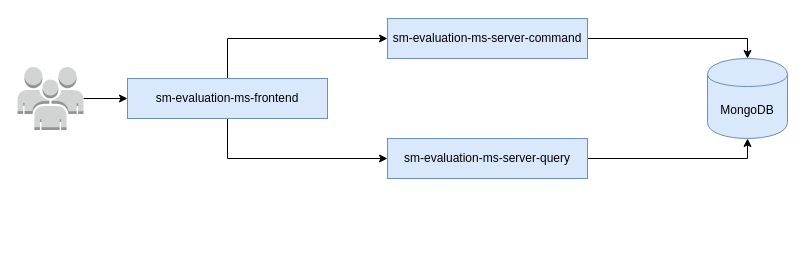
sebastian-misiewicz/sm-evaluation-microservices keeps this draw.io diagram as architecture.drawio. Above is the earlier version. Source tidied: cells renumbered, new cells numbered last; positions are measured from the earlier drawing's top-left corner, leaving out a move shared by most shapes. Both pictures are drawn from the tidied source at 100%, with x=0, y=0 at pixel (17, 18).
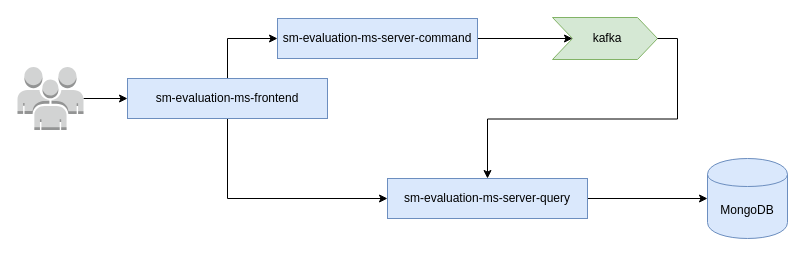
After the change.

Change to the diagram source:
```diff
@@
 <mxGraphModel>
   <root>
     <mxCell id="0" />
     <mxCell id="1" parent="0" />
+    <mxCell id="12" style="shape=step;perimeter=stepPerimeter;whiteSpace=wrap;html=1;fixedSize=1;fillColor=#d5e8d4;strokeColor=#82b366;" parent="1" vertex="1">
+      <mxGeometry x="535" y="-1" width="105" height="42" as="geometry" />
+    </mxCell>
     <mxCell id="2" value="MongoDB" style="shape=cylinder;whiteSpace=wrap;html=1;boundedLbl=1;backgroundOutline=1;fillColor=#dae8fc;strokeColor=#6c8ebf;" parent="1" vertex="1">
-      <mxGeometry x="690" y="40" width="80" height="80" as="geometry" />
+      <mxGeometry x="690" y="140" width="80" height="80" as="geometry" />
     </mxCell>
-    <mxCell id="3" style="edgeStyle=orthogonalEdgeStyle;rounded=0;jettySize=auto;html=1;entryX=0.5;entryY=0;entryDx=0;entryDy=0;" parent="1" edge="1" source="4" target="2">
-      <mxGeometry relative="1" as="geometry" />
-    </mxCell>
+    <mxCell id="13" style="edgeStyle=orthogonalEdgeStyle;rounded=0;jettySize=auto;html=1;entryX=0;entryY=0.5;entryDx=0;entryDy=0;" parent="1" edge="1" source="4" target="12">
+      <mxGeometry relative="1" as="geometry" />
+    </mxCell>
     <mxCell id="4" value="sm-evaluation-ms-server-command" style="rounded=0;whiteSpace=wrap;html=1;fillColor=#dae8fc;strokeColor=#6c8ebf;" parent="1" vertex="1">
-      <mxGeometry x="370" width="200" height="40" as="geometry" />
+      <mxGeometry x="260" width="200" height="40" as="geometry" />
     </mxCell>
-    <mxCell id="5" style="edgeStyle=orthogonalEdgeStyle;rounded=0;jettySize=auto;html=1;entryX=0.5;entryY=1;entryDx=0;entryDy=0;" parent="1" edge="1" source="6" target="2">
+    <mxCell id="5" style="edgeStyle=orthogonalEdgeStyle;rounded=0;jettySize=auto;html=1;entryX=0;entryY=0.5;entryDx=0;entryDy=0;" parent="1" edge="1" source="6" target="2">
       <mxGeometry relative="1" as="geometry" />
     </mxCell>
     <mxCell id="6" value="sm-evaluation-ms-server-query" style="rounded=0;whiteSpace=wrap;html=1;fillColor=#dae8fc;strokeColor=#6c8ebf;" parent="1" vertex="1">
-      <mxGeometry x="370" y="120" width="200" height="40" as="geometry" />
+      <mxGeometry x="370" y="160" width="200" height="40" as="geometry" />
     </mxCell>
     <mxCell id="7" style="edgeStyle=orthogonalEdgeStyle;rounded=0;jettySize=auto;html=1;entryX=0;entryY=0.5;entryDx=0;entryDy=0;exitX=0.5;exitY=0;exitDx=0;exitDy=0;" parent="1" edge="1" source="11" target="4">
       <mxGeometry relative="1" as="geometry">
         <Array as="points">
           <mxPoint x="210" y="20" />
         </Array>
       </mxGeometry>
     </mxCell>
     <mxCell id="8" style="edgeStyle=orthogonalEdgeStyle;rounded=0;jettySize=auto;html=1;entryX=0;entryY=0.5;entryDx=0;entryDy=0;exitX=0.5;exitY=1;exitDx=0;exitDy=0;" parent="1" edge="1" source="11" target="6">
       <mxGeometry relative="1" as="geometry">
         <Array as="points">
-          <mxPoint x="210" y="140" />
+          <mxPoint x="210" y="180" />
         </Array>
       </mxGeometry>
     </mxCell>
     <mxCell id="9" style="edgeStyle=orthogonalEdgeStyle;rounded=0;jettySize=auto;html=1;entryX=0;entryY=0.5;entryDx=0;entryDy=0;" parent="1" edge="1" source="10" target="11">
       <mxGeometry relative="1" as="geometry" />
     </mxCell>
     <mxCell id="10" style="outlineConnect=0;dashed=0;verticalLabelPosition=bottom;verticalAlign=top;align=center;html=1;shape=mxgraph.aws3.users;fillColor=#D2D3D3;gradientColor=none;" parent="1" vertex="1">
       <mxGeometry y="48.5" width="66" height="63" as="geometry" />
     </mxCell>
     <mxCell id="11" value="sm-evaluation-ms-frontend" style="rounded=0;whiteSpace=wrap;html=1;fillColor=#dae8fc;strokeColor=#6c8ebf;" parent="1" vertex="1">
       <mxGeometry x="110" y="60" width="200" height="40" as="geometry" />
     </mxCell>
+    <mxCell id="14" style="edgeStyle=orthogonalEdgeStyle;rounded=0;jettySize=auto;html=1;exitX=1;exitY=0.5;exitDx=0;exitDy=0;" parent="1" edge="1" source="12" target="6">
+      <mxGeometry relative="1" as="geometry" />
+    </mxCell>
+    <mxCell id="15" value="kafka" style="text;html=1;strokeColor=none;fillColor=none;align=center;verticalAlign=middle;whiteSpace=wrap;rounded=0;" parent="1" vertex="1">
+      <mxGeometry x="560" y="5" width="60" height="30" as="geometry" />
+    </mxCell>
   </root>
 </mxGraphModel>
```
